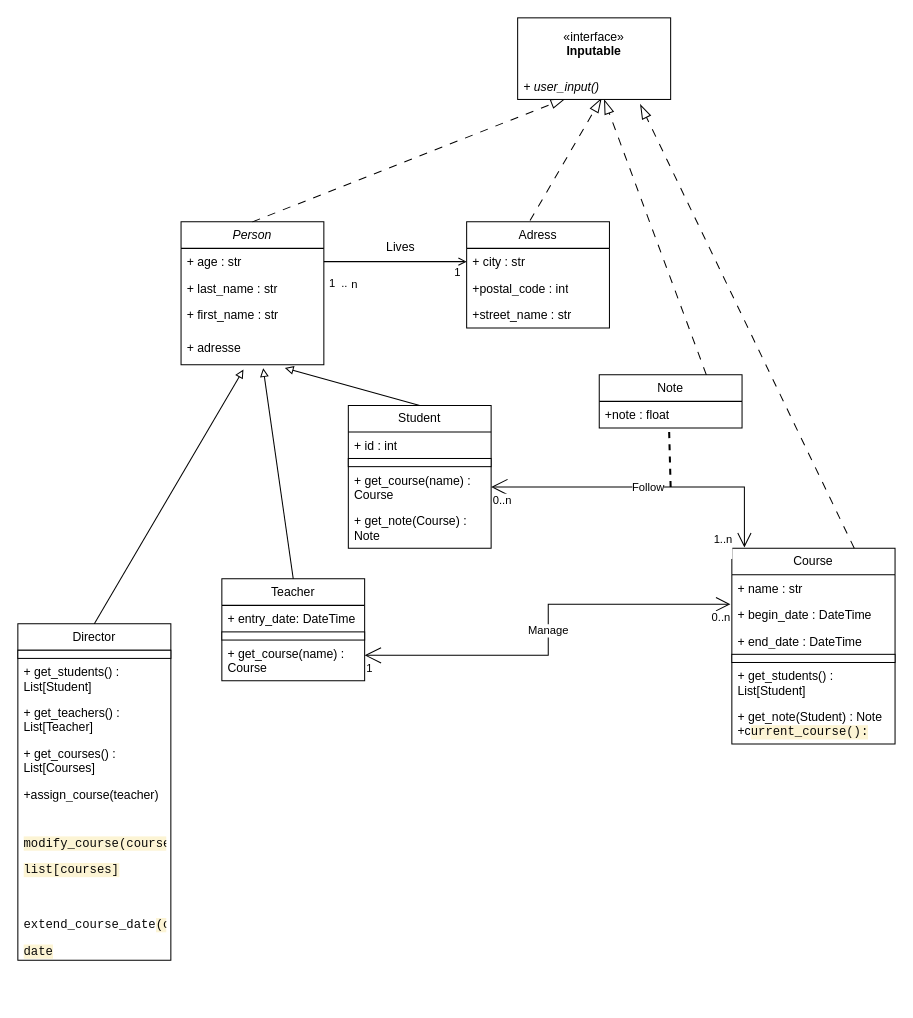
The draw.io diagram gestion_ecole.drawio in johandeschamps/gestion_ecole, before the edit. Source tidied: cells renumbered, new cells numbered last; positions are measured from the earlier drawing's top-left corner, leaving out a move shared by most shapes. Both pictures are drawn from the tidied source at 102%, with x=0, y=0 at pixel (17, 17).
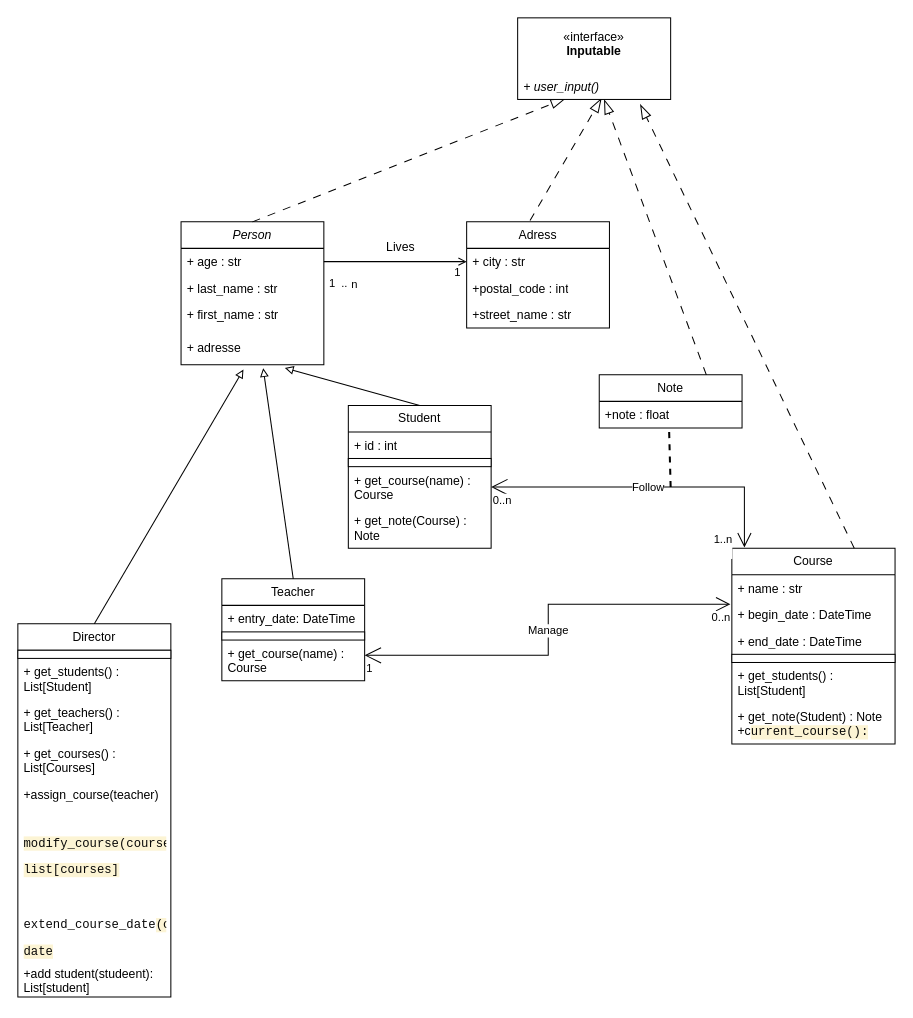
After the change.

Commit message:
Mettre à jour gestion_ecole.drawio

Diff of the diagram source:
```diff
@@
     <mxCell id="28" value="Director" style="swimlane;fontStyle=0;horizontal=1;startSize=26;fillColor=none;whiteSpace=wrap;html=1;strokeColor=default;" parent="1" vertex="1">
-      <mxGeometry y="594" width="150" height="330" as="geometry" />
+      <mxGeometry y="594" width="150" height="366" as="geometry" />
     </mxCell>
@@
+    <mxCell id="59" value="+add student(studeent):&lt;div&gt;List[student]&lt;/div&gt;" style="text;strokeColor=none;fillColor=none;align=left;verticalAlign=top;spacingLeft=4;spacingRight=4;overflow=hidden;whiteSpace=wrap;html=1;" parent="28" vertex="1">
+      <mxGeometry y="330" width="150" height="36" as="geometry" />
+    </mxCell>
```
